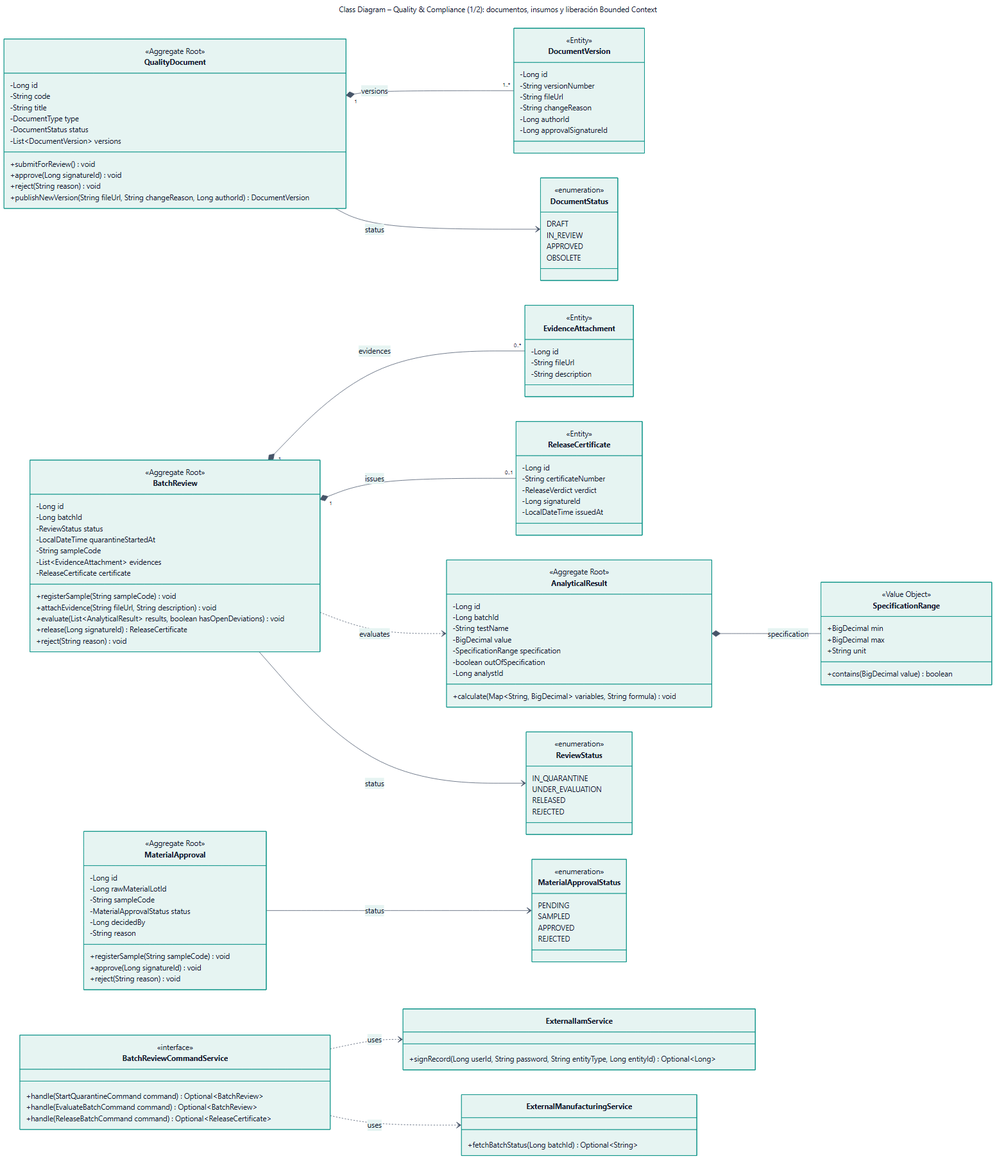
Above: assets/img/chapter4/diagram-class/java/class-06a-quality.png in danRO-20/SI (Mermaid), before the change. Its source is kept beside it as assets/diagrams/mermaid/class-06a-quality.mmd. Source of this version:
```mermaid
---
title: "Class Diagram – Quality & Compliance (1/2): documentos, insumos y liberación Bounded Context"
---
classDiagram
  direction LR
  class QualityDocument {
    <<Aggregate Root>>
    -Long id
    -String code
    -String title
    -DocumentType type
    -DocumentStatus status
    -List~DocumentVersion~ versions
    +submitForReview() void
    +approve(Long signatureId) void
    +reject(String reason) void
    +publishNewVersion(String fileUrl, String changeReason, Long authorId) DocumentVersion
  }
  class DocumentVersion {
    <<Entity>>
    -Long id
    -String versionNumber
    -String fileUrl
    -String changeReason
    -Long authorId
    -Long approvalSignatureId
  }
  class MaterialApproval {
    <<Aggregate Root>>
    -Long id
    -Long rawMaterialLotId
    -String sampleCode
    -MaterialApprovalStatus status
    -Long decidedBy
    -String reason
    +registerSample(String sampleCode) void
    +approve(Long signatureId) void
    +reject(String reason) void
  }
  class BatchReview {
    <<Aggregate Root>>
    -Long id
    -Long batchId
    -ReviewStatus status
    -LocalDateTime quarantineStartedAt
    -String sampleCode
    -List~EvidenceAttachment~ evidences
    -ReleaseCertificate certificate
    +registerSample(String sampleCode) void
    +attachEvidence(String fileUrl, String description) void
    +evaluate(List~AnalyticalResult~ results, boolean hasOpenDeviations) void
    +release(Long signatureId) ReleaseCertificate
    +reject(String reason) void
  }
  class EvidenceAttachment {
    <<Entity>>
    -Long id
    -String fileUrl
    -String description
  }
  class ReleaseCertificate {
    <<Entity>>
    -Long id
    -String certificateNumber
    -ReleaseVerdict verdict
    -Long signatureId
    -LocalDateTime issuedAt
  }
  class AnalyticalResult {
    <<Aggregate Root>>
    -Long id
    -Long batchId
    -String testName
    -BigDecimal value
    -SpecificationRange specification
    -boolean outOfSpecification
    -Long analystId
    +calculate(Map~String, BigDecimal~ variables, String formula) void
  }
  class SpecificationRange {
    <<Value Object>>
    +BigDecimal min
    +BigDecimal max
    +String unit
    +contains(BigDecimal value) boolean
  }
  class DocumentStatus {
    <<enumeration>>
    DRAFT
    IN_REVIEW
    APPROVED
    OBSOLETE
  }
  class MaterialApprovalStatus {
    <<enumeration>>
    PENDING
    SAMPLED
    APPROVED
    REJECTED
  }
  class ReviewStatus {
    <<enumeration>>
    IN_QUARANTINE
    UNDER_EVALUATION
    RELEASED
    REJECTED
  }
  class BatchReviewCommandService {
    <<interface>>
    +handle(StartQuarantineCommand command) Optional~BatchReview~
    +handle(EvaluateBatchCommand command) Optional~BatchReview~
    +handle(ReleaseBatchCommand command) Optional~ReleaseCertificate~
  }
  class ExternalIamService {
    +signRecord(Long userId, String password, String entityType, Long entityId) Optional~Long~
  }
  class ExternalManufacturingService {
    +fetchBatchStatus(Long batchId) Optional~String~
  }
  QualityDocument "1" *-- "1..*" DocumentVersion : versions
  QualityDocument --> DocumentStatus : status
  MaterialApproval --> MaterialApprovalStatus : status
  BatchReview "1" *-- "0..*" EvidenceAttachment : evidences
  BatchReview "1" *-- "0..1" ReleaseCertificate : issues
  BatchReview ..> AnalyticalResult : evaluates
  BatchReview --> ReviewStatus : status
  AnalyticalResult *-- SpecificationRange : specification
  BatchReviewCommandService ..> ExternalIamService : uses
  BatchReviewCommandService ..> ExternalManufacturingService : uses
```
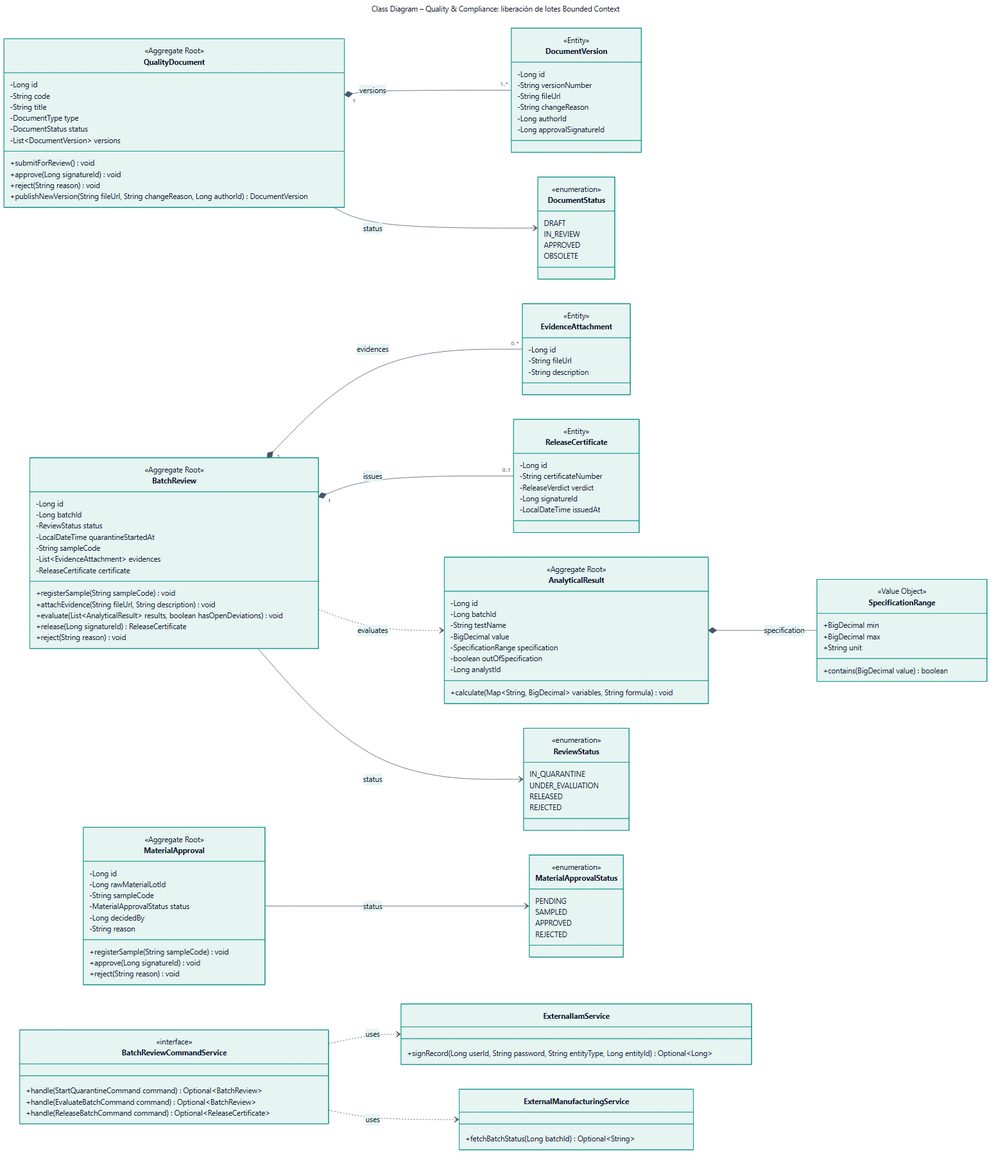
The same file after the commit.

Diff of the diagram source:
```diff
@@ -1,5 +1,5 @@
 ---
-title: "Class Diagram – Quality & Compliance (1/2): documentos, insumos y liberación Bounded Context"
+title: "Class Diagram – Quality & Compliance: liberación de lotes Bounded Context"
 ---
 classDiagram
   direction LR
```
